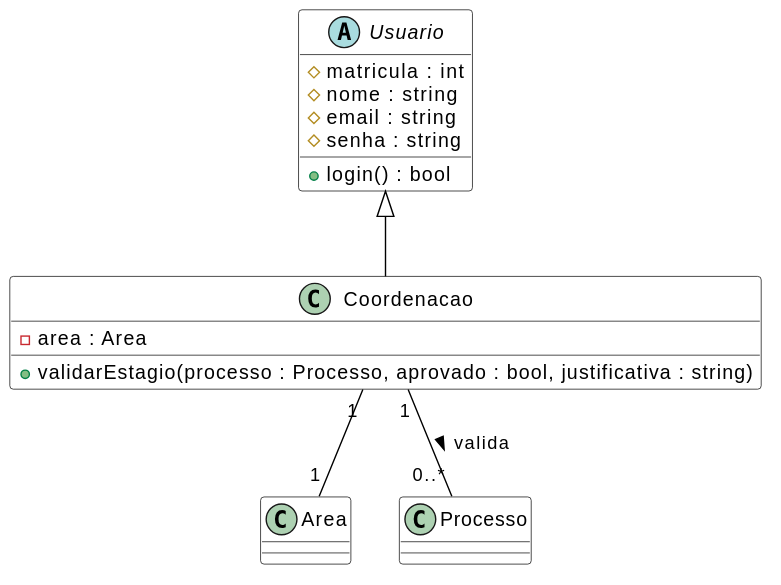
Earlier version of the PlantUML export docs/assets/Diagramas/out/diagrama_classes_coordenacao.svg (Projetos-de-Extensao/PBE_26.1_8002_III).
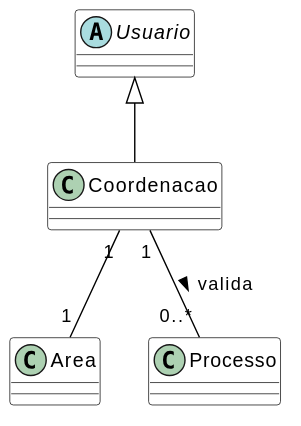
The same diagram one commit later.

Commit message:
docs: corrigindo a besteira da IA no diagrama de classes

The edit, as a diff of the source:
```diff
@@ -6,16 +6,9 @@
 }
 
 abstract class Usuario {
-# matricula : int
-# nome : string
-# email : string
-# senha : string
-+ login() : bool
 }
 
 class Coordenacao extends Usuario {
-- area : Area
-+ validarEstagio(processo : Processo, aprovado : bool, justificativa : string)
 }
 
 class Area {
```
